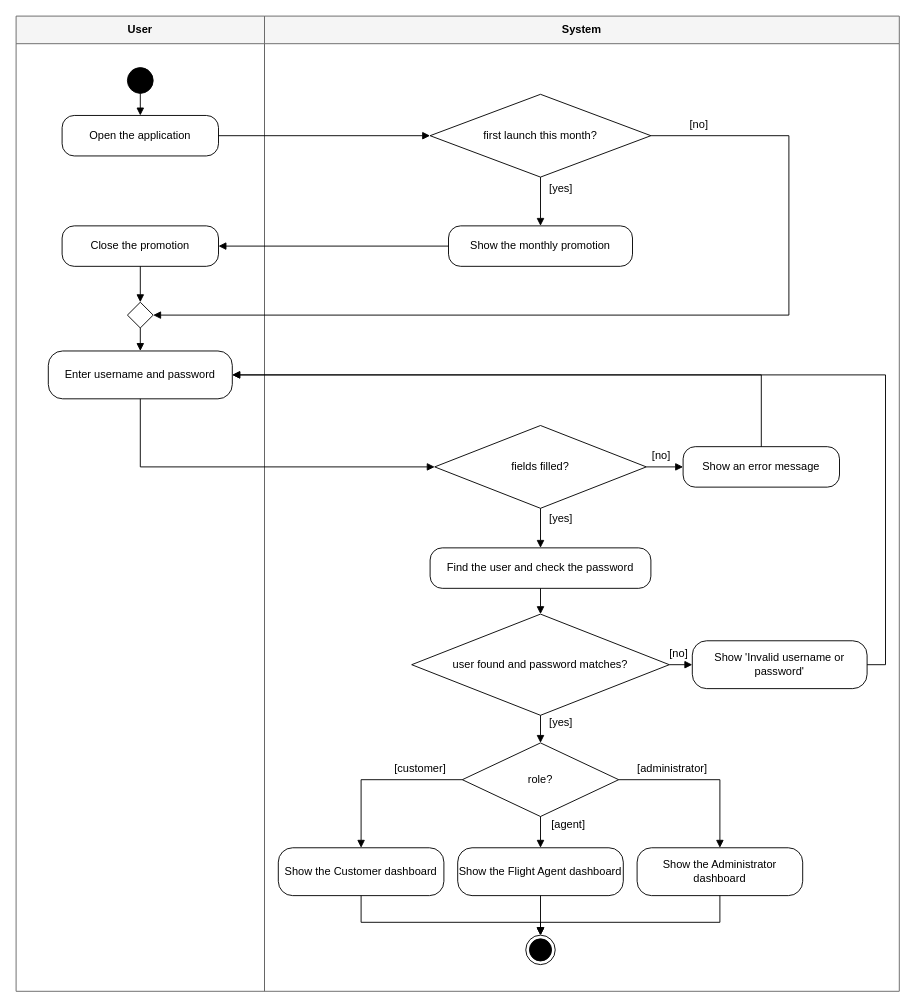
Before: docs/diagrams/src/20-activity-login.drawio in satyambhanot/ChinookAir, a draw.io diagram. Source tidied: cells renumbered, new cells numbered last; positions are measured from the earlier drawing's top-left corner, leaving out a move shared by most shapes. Both pictures are drawn from the tidied source at 92%, with x=0, y=0 at pixel (16, 16).
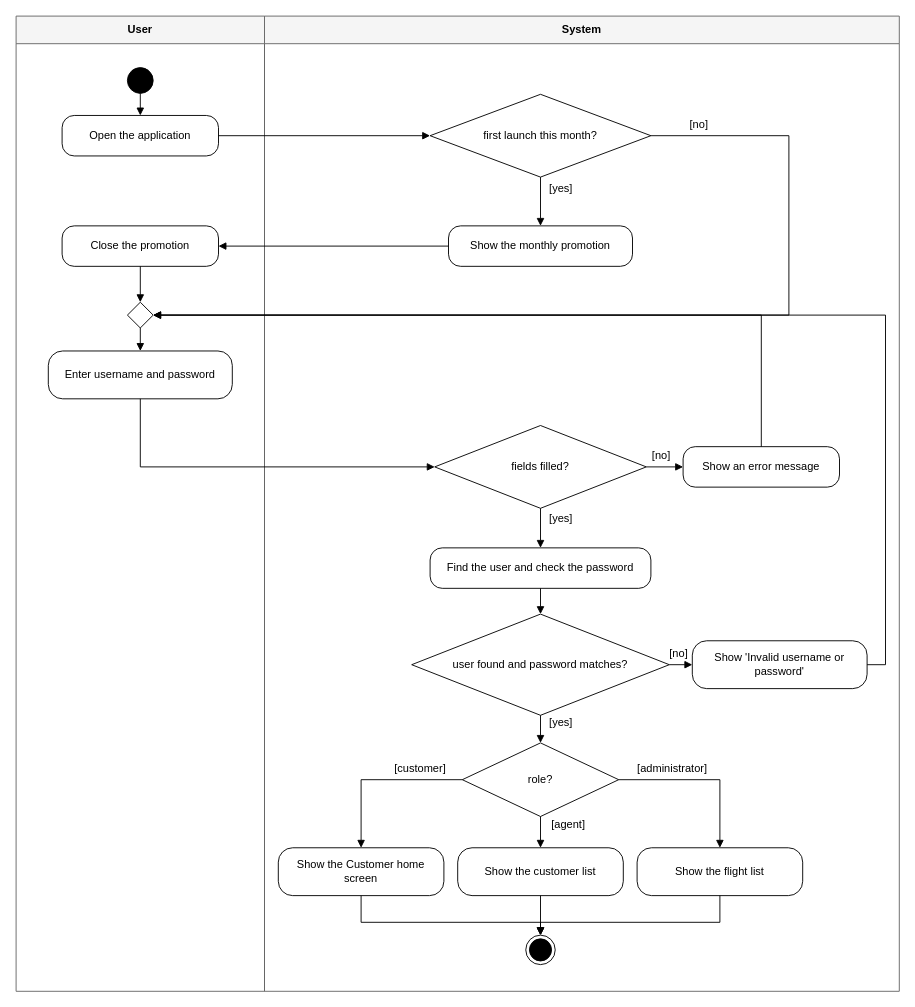
After the change.

The change refers to these unchanged cells:
```xml
<mxCell id="9" style="rhombus;whiteSpace=wrap;html=1;fillColor=#ffffff;strokeColor=#000000;fontFamily=Helvetica;fontSize=12;" parent="1" vertex="1">
  <mxGeometry x="121" y="311" width="28" height="28" as="geometry" />
</mxCell>
<mxCell id="10" value="Enter username and password" style="rounded=1;arcSize=30;whiteSpace=wrap;html=1;fillColor=#ffffff;strokeColor=#000000;fontFamily=Helvetica;fontSize=12;" parent="1" vertex="1">
  <mxGeometry x="35" y="364" width="200" height="52" as="geometry" />
</mxCell>
<mxCell id="12" value="Show an error message" style="rounded=1;arcSize=30;whiteSpace=wrap;html=1;fillColor=#ffffff;strokeColor=#000000;fontFamily=Helvetica;fontSize=12;" parent="1" vertex="1">
  <mxGeometry x="725" y="468" width="170" height="44" as="geometry" />
</mxCell>
<mxCell id="15" value="Show 'Invalid username or password'" style="rounded=1;arcSize=30;whiteSpace=wrap;html=1;fillColor=#ffffff;strokeColor=#000000;fontFamily=Helvetica;fontSize=12;" parent="1" vertex="1">
  <mxGeometry x="735" y="679" width="190" height="52" as="geometry" />
</mxCell>
```

The edit, as a diff of the source:
```diff
@@
-    <mxCell id="17" value="Show the Customer dashboard" style="rounded=1;arcSize=30;whiteSpace=wrap;html=1;fillColor=#ffffff;strokeColor=#000000;fontFamily=Helvetica;fontSize=12;" parent="1" vertex="1">
+    <mxCell id="17" value="Show the Customer home screen" style="rounded=1;arcSize=30;whiteSpace=wrap;html=1;fillColor=#ffffff;strokeColor=#000000;fontFamily=Helvetica;fontSize=12;" parent="1" vertex="1">
       <mxGeometry x="285" y="904" width="180" height="52" as="geometry" />
     </mxCell>
-    <mxCell id="18" value="Show the Flight Agent dashboard" style="rounded=1;arcSize=30;whiteSpace=wrap;html=1;fillColor=#ffffff;strokeColor=#000000;fontFamily=Helvetica;fontSize=12;" parent="1" vertex="1">
+    <mxCell id="18" value="Show the customer list" style="rounded=1;arcSize=30;whiteSpace=wrap;html=1;fillColor=#ffffff;strokeColor=#000000;fontFamily=Helvetica;fontSize=12;" parent="1" vertex="1">
       <mxGeometry x="480" y="904" width="180" height="52" as="geometry" />
     </mxCell>
-    <mxCell id="19" value="Show the Administrator dashboard" style="rounded=1;arcSize=30;whiteSpace=wrap;html=1;fillColor=#ffffff;strokeColor=#000000;fontFamily=Helvetica;fontSize=12;" parent="1" vertex="1">
+    <mxCell id="19" value="Show the flight list" style="rounded=1;arcSize=30;whiteSpace=wrap;html=1;fillColor=#ffffff;strokeColor=#000000;fontFamily=Helvetica;fontSize=12;" parent="1" vertex="1">
       <mxGeometry x="675" y="904" width="180" height="52" as="geometry" />
     </mxCell>
@@
-    <mxCell id="30" style="html=1;rounded=0;endArrow=block;endFill=1;exitX=0.5000;exitY=0.0000;exitDx=0;exitDy=0;entryX=1.0000;entryY=0.5000;entryDx=0;entryDy=0;labelBackgroundColor=#ffffff;fontFamily=Helvetica;fontSize=12;" parent="1" edge="1" source="12" target="10">
+    <mxCell id="30" style="html=1;rounded=0;endArrow=block;endFill=1;exitX=0.5000;exitY=0.0000;exitDx=0;exitDy=0;entryX=1.0000;entryY=0.5000;entryDx=0;entryDy=0;labelBackgroundColor=#ffffff;fontFamily=Helvetica;fontSize=12;" parent="1" edge="1" source="12" target="9">
       <mxGeometry x="-0.5" relative="1" as="geometry">
         <Array as="points">
-          <mxPoint x="810" y="390" />
+          <mxPoint x="810" y="325" />
         </Array>
         <mxPoint y="-12" as="offset" />
       </mxGeometry>
     </mxCell>
@@
-    <mxCell id="34" style="html=1;rounded=0;endArrow=block;endFill=1;exitX=1.0000;exitY=0.5000;exitDx=0;exitDy=0;entryX=1.0000;entryY=0.5000;entryDx=0;entryDy=0;labelBackgroundColor=#ffffff;fontFamily=Helvetica;fontSize=12;" parent="1" edge="1" source="15" target="10">
+    <mxCell id="34" style="html=1;rounded=0;endArrow=block;endFill=1;exitX=1.0000;exitY=0.5000;exitDx=0;exitDy=0;entryX=1.0000;entryY=0.5000;entryDx=0;entryDy=0;labelBackgroundColor=#ffffff;fontFamily=Helvetica;fontSize=12;" parent="1" edge="1" source="15" target="9">
       <mxGeometry x="-0.5" relative="1" as="geometry">
         <Array as="points">
           <mxPoint x="945" y="705" />
-          <mxPoint x="945" y="390" />
+          <mxPoint x="945" y="325" />
         </Array>
         <mxPoint y="-12" as="offset" />
       </mxGeometry>
     </mxCell>
```
